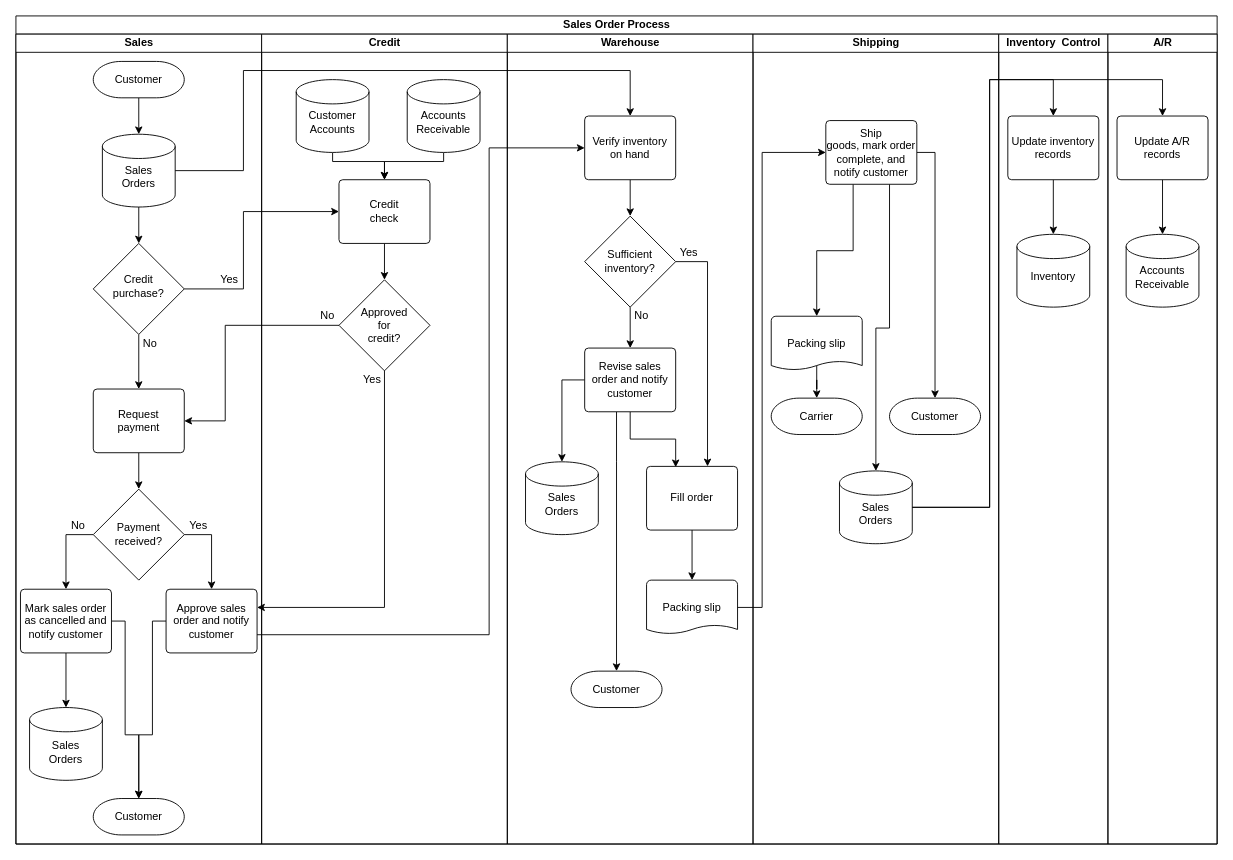
This is images/flowchart-assignment2.drawio from accountingarchitecture/accountingarchitecture.github.io, a draw.io file, before an edit. Source tidied: cells renumbered, new cells numbered last; positions are measured from the earlier drawing's top-left corner, leaving out a move shared by most shapes. Both pictures are drawn from the tidied source at 91%, with x=0, y=0 at pixel (15, 15).
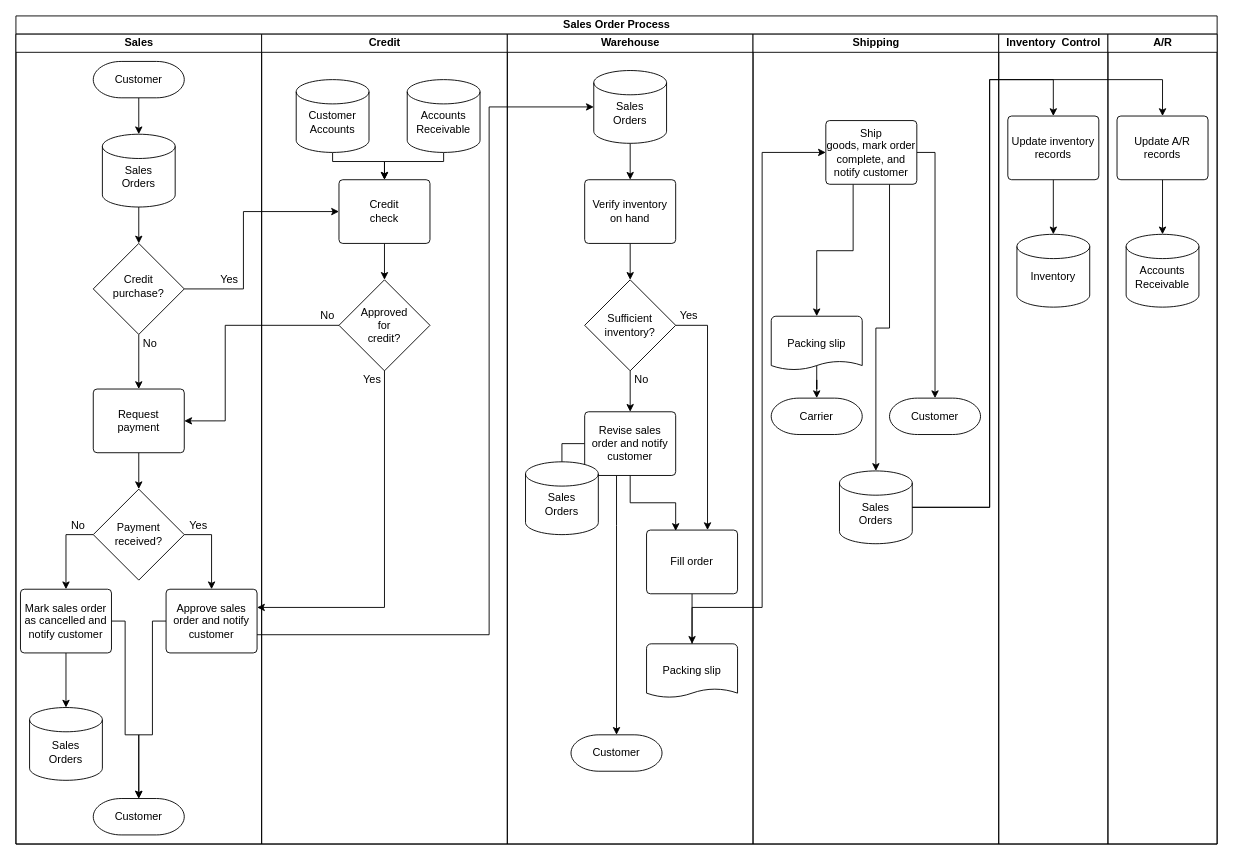
The same page after the edit.

Commit message (it also covers changes not shown here):
Revised sample flowchart.

Unchanged cells that the change refers to:
```xml
<mxCell id="2" value="Sales Order Process" style="swimlane;html=1;startSize=20;" parent="1" vertex="1">
  <mxGeometry width="1320" height="910" as="geometry" />
</mxCell>
<mxCell id="7" value="Sales&lt;br&gt;Orders" style="strokeWidth=1;html=1;shape=mxgraph.flowchart.database;whiteSpace=wrap;spacingTop=14;" parent="3" vertex="1">
  <mxGeometry x="95" y="110" width="80" height="80" as="geometry" />
</mxCell>
<mxCell id="23" value="Approve sales order and notify customer" style="strokeWidth=1;html=1;shape=mxgraph.flowchart.process;whiteSpace=wrap;" parent="3" vertex="1">
  <mxGeometry x="165" y="610" width="100" height="70" as="geometry" />
</mxCell>
<mxCell id="35" value="Warehouse" style="swimlane;html=1;startSize=20;" parent="2" vertex="1">
  <mxGeometry x="540" y="20" width="270" height="890" as="geometry" />
</mxCell>
<mxCell id="46" value="Sales&lt;br&gt;Orders" style="strokeWidth=1;html=1;shape=mxgraph.flowchart.database;whiteSpace=wrap;spacingTop=14;" parent="35" vertex="1">
  <mxGeometry x="20" y="470" width="80" height="80" as="geometry" />
</mxCell>
```

The edit, as a diff of the source:
```diff
@@
     <mxCell id="37" value="Verify inventory&lt;br&gt;on hand" style="strokeWidth=1;html=1;shape=mxgraph.flowchart.process;whiteSpace=wrap;" parent="35" vertex="1">
-      <mxGeometry x="85" y="90" width="100" height="70" as="geometry" />
+      <mxGeometry x="85" y="160" width="100" height="70" as="geometry" />
     </mxCell>
@@
     <mxCell id="39" style="edgeStyle=orthogonalEdgeStyle;rounded=0;html=1;jettySize=auto;" parent="35" edge="1" source="40" target="48">
       <mxGeometry relative="1" as="geometry">
         <Array as="points">
-          <mxPoint x="220" y="250" />
+          <mxPoint x="220" y="320" />
         </Array>
       </mxGeometry>
     </mxCell>
     <mxCell id="40" value="Sufficient&lt;br&gt;inventory?" style="strokeWidth=1;html=1;shape=mxgraph.flowchart.decision;whiteSpace=wrap;" parent="35" vertex="1">
-      <mxGeometry x="85" y="200" width="100" height="100" as="geometry" />
+      <mxGeometry x="85" y="270" width="100" height="100" as="geometry" />
     </mxCell>
-    <mxCell id="41" style="edgeStyle=orthogonalEdgeStyle;rounded=0;html=1;entryX=0.5;entryY=0;entryPerimeter=0;jettySize=auto;" parent="35" edge="1" source="44" target="46">
+    <mxCell id="41" style="edgeStyle=orthogonalEdgeStyle;rounded=0;html=1;entryX=0.5;entryY=0;entryPerimeter=0;jettySize=auto;" parent="35" edge="1" source="44">
       <mxGeometry relative="1" as="geometry">
+        <mxPoint x="60" y="540" as="targetPoint" />
         <Array as="points">
-          <mxPoint x="60" y="380" />
+          <mxPoint x="60" y="450" />
         </Array>
       </mxGeometry>
     </mxCell>
@@
     <mxCell id="43" style="edgeStyle=orthogonalEdgeStyle;rounded=0;html=1;entryX=0.5;entryY=0;entryPerimeter=0;jettySize=auto;" parent="35" edge="1" source="44" target="50">
       <mxGeometry relative="1" as="geometry">
         <Array as="points">
-          <mxPoint x="120" y="470" />
-          <mxPoint x="120" y="470" />
+          <mxPoint x="120" y="540" />
+          <mxPoint x="120" y="540" />
         </Array>
       </mxGeometry>
     </mxCell>
     <mxCell id="44" value="Revise sales order and notify customer" style="strokeWidth=1;html=1;shape=mxgraph.flowchart.process;whiteSpace=wrap;" parent="35" vertex="1">
-      <mxGeometry x="85" y="345" width="100" height="70" as="geometry" />
+      <mxGeometry x="85" y="415" width="100" height="70" as="geometry" />
     </mxCell>
     <mxCell id="45" value="No" style="text;html=1;align=left;verticalAlign=top;spacingTop=-4;" parent="35" vertex="1">
-      <mxGeometry x="138" y="300" width="30" height="20" as="geometry" />
+      <mxGeometry x="138" y="370" width="30" height="20" as="geometry" />
     </mxCell>
@@
     <mxCell id="48" value="Fill order" style="strokeWidth=1;html=1;shape=mxgraph.flowchart.process;whiteSpace=wrap;" parent="35" vertex="1">
-      <mxGeometry x="153" y="475" width="100" height="70" as="geometry" />
+      <mxGeometry x="153" y="545" width="100" height="70" as="geometry" />
     </mxCell>
     <mxCell id="49" value="Yes" style="text;html=1;align=left;verticalAlign=top;spacingTop=-4;" parent="35" vertex="1">
-      <mxGeometry x="188" y="230" width="40" height="20" as="geometry" />
+      <mxGeometry x="188" y="300" width="40" height="20" as="geometry" />
     </mxCell>
     <mxCell id="50" value="Customer" style="strokeWidth=1;html=1;shape=mxgraph.flowchart.terminator;whiteSpace=wrap;" parent="35" vertex="1">
-      <mxGeometry x="70" y="700" width="100" height="40" as="geometry" />
+      <mxGeometry x="70" y="770" width="100" height="40" as="geometry" />
     </mxCell>
     <mxCell id="51" value="Packing slip" style="strokeWidth=1;html=1;shape=mxgraph.flowchart.document;whiteSpace=wrap;" parent="35" vertex="1">
-      <mxGeometry x="153" y="600" width="100" height="60" as="geometry" />
+      <mxGeometry x="153" y="670" width="100" height="60" as="geometry" />
     </mxCell>
-    <mxCell id="52" style="edgeStyle=orthogonalEdgeStyle;rounded=0;html=1;jettySize=auto;entryX=0.5;entryY=0;entryPerimeter=0;" parent="2" edge="1" source="7" target="37">
-      <mxGeometry relative="1" as="geometry">
-        <Array as="points">
-          <mxPoint x="250" y="170" />
-          <mxPoint x="250" y="60" />
-          <mxPoint x="675" y="60" />
-        </Array>
-      </mxGeometry>
-    </mxCell>
+    <mxCell id="79" style="edgeStyle=orthogonalEdgeStyle;rounded=0;jettySize=auto;html=1;entryX=0.5;entryY=0;entryDx=0;entryDy=0;entryPerimeter=0;" parent="35" edge="1" source="80" target="37">
+      <mxGeometry relative="1" as="geometry" />
+    </mxCell>
+    <mxCell id="80" value="Sales&lt;br&gt;Orders" style="strokeWidth=1;html=1;shape=mxgraph.flowchart.database;whiteSpace=wrap;spacingTop=14;" parent="35" vertex="1">
+      <mxGeometry x="95" y="40" width="80" height="80" as="geometry" />
+    </mxCell>
@@
-    <mxCell id="55" style="edgeStyle=orthogonalEdgeStyle;rounded=0;html=1;jettySize=auto;entryX=0;entryY=0.5;entryPerimeter=0;" parent="2" edge="1" source="23" target="37">
+    <mxCell id="55" style="edgeStyle=orthogonalEdgeStyle;rounded=0;html=1;jettySize=auto;entryX=0;entryY=0.5;entryPerimeter=0;entryDx=0;entryDy=0;" parent="2" edge="1" source="23" target="80">
       <mxGeometry relative="1" as="geometry">
         <Array as="points">
           <mxPoint x="520" y="680" />
-          <mxPoint x="520" y="145" />
+          <mxPoint x="520" y="100" />
         </Array>
       </mxGeometry>
     </mxCell>
```
